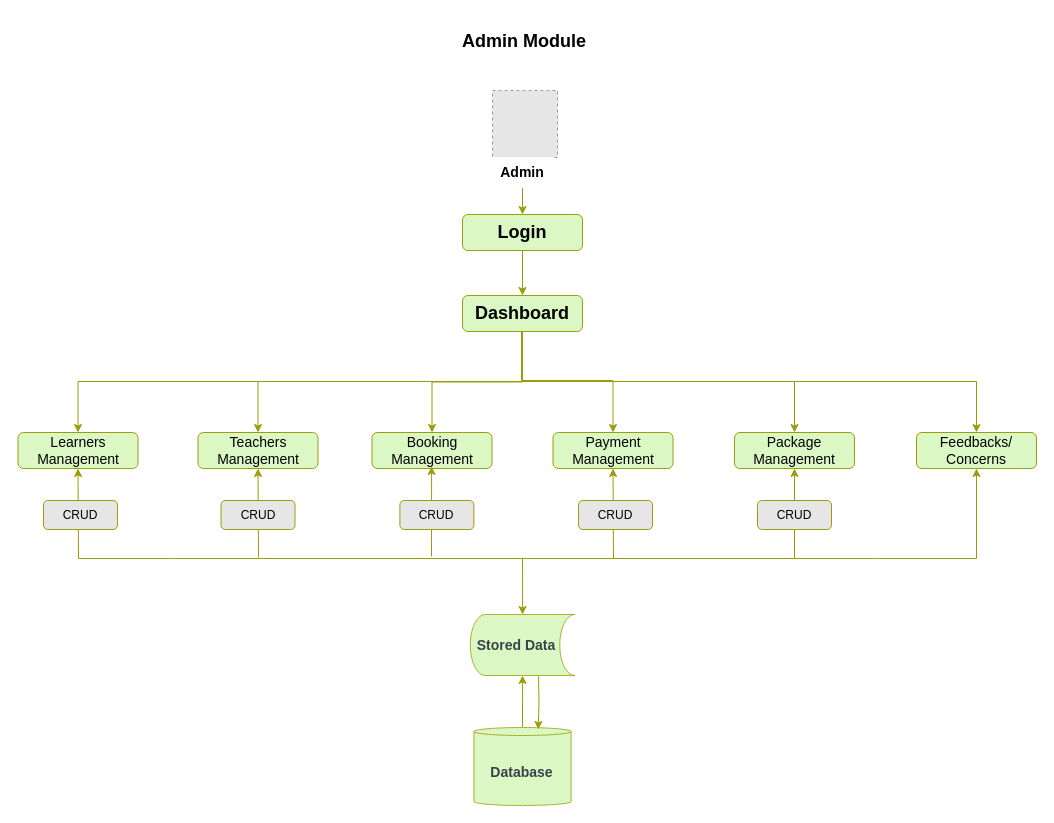
Earlier version of the draw.io diagram page "Admin Module" (7 of 15) of Untitled Diagram.drawio (Nashciong/JavaCodes). Source tidied: cells renumbered, new cells numbered last; positions are measured from the earlier drawing's top-left corner, leaving out a move shared by most shapes. Both pictures are drawn from the tidied source at 100%, with x=0, y=0 at pixel (17, 17). Pictures stored in the file or linked from it are replaced by grey dashed boxes.
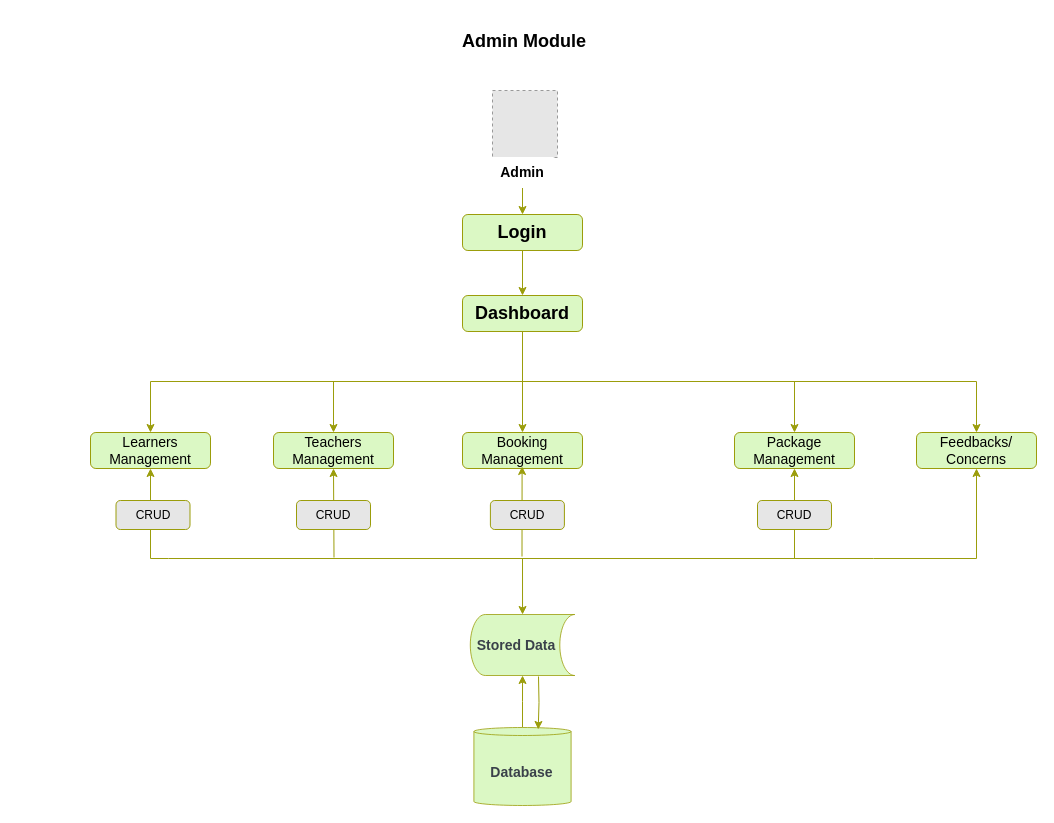
The same page after the edit.

Unchanged cells that the change refers to:
```xml
<mxCell id="10" value="&lt;font style=&quot;font-size: 18px;&quot;&gt;&lt;b&gt;Dashboard&lt;/b&gt;&lt;/font&gt;" style="rounded=1;whiteSpace=wrap;html=1;fillColor=#DBF8C4;strokeColor=#9B9D0B;" parent="1" vertex="1">
  <mxGeometry x="445" y="278" width="120" height="36" as="geometry" />
</mxCell>
<mxCell id="14" value="&lt;font style=&quot;font-size: 14px;&quot;&gt;Feedbacks/&lt;br&gt;Concerns&lt;/font&gt;" style="rounded=1;whiteSpace=wrap;html=1;fillColor=#DBF8C4;strokeColor=#9B9D0B;" parent="1" vertex="1">
  <mxGeometry x="899" y="415" width="120" height="36" as="geometry" />
</mxCell>
```

Diff of the diagram source:
```diff
@@
     <mxCell id="6" style="edgeStyle=orthogonalEdgeStyle;rounded=0;jettySize=auto;html=1;entryX=0.5;entryY=0;entryDx=0;entryDy=0;strokeColor=#9B9D0B;" parent="1" edge="1" source="10" target="13">
       <mxGeometry relative="1" as="geometry">
         <Array as="points">
           <mxPoint x="505" y="364" />
-          <mxPoint x="61" y="364" />
+          <mxPoint x="133" y="364" />
         </Array>
       </mxGeometry>
     </mxCell>
-    <mxCell id="7" style="edgeStyle=orthogonalEdgeStyle;rounded=0;jettySize=auto;html=1;entryX=0.5;entryY=0;entryDx=0;entryDy=0;strokeColor=#9B9D0B;shadow=0;" parent="1" edge="1" source="10" target="16">
+    <mxCell id="7" style="edgeStyle=orthogonalEdgeStyle;rounded=0;jettySize=auto;html=1;entryX=0.5;entryY=0;entryDx=0;entryDy=0;strokeColor=#9B9D0B;shadow=0;exitX=0.5;exitY=1;exitDx=0;exitDy=0;" parent="1" edge="1" source="10" target="16">
       <mxGeometry relative="1" as="geometry" />
     </mxCell>
@@
     <mxCell id="13" value="&lt;font style=&quot;font-size: 14px;&quot;&gt;Learners Management&lt;/font&gt;" style="rounded=1;whiteSpace=wrap;html=1;fillColor=#DBF8C4;strokeColor=#9B9D0B;" parent="1" vertex="1">
-      <mxGeometry x="0.5" y="415" width="120" height="36" as="geometry" />
+      <mxGeometry x="73" y="415" width="120" height="36" as="geometry" />
     </mxCell>
@@
-    <mxCell id="15" value="&lt;font style=&quot;font-size: 14px;&quot;&gt;Payment&lt;br&gt;Management&lt;/font&gt;" style="rounded=1;whiteSpace=wrap;html=1;fillColor=#DBF8C4;strokeColor=#9B9D0B;" parent="1" vertex="1">
-      <mxGeometry x="535.5" y="415" width="120" height="36" as="geometry" />
-    </mxCell>
     <mxCell id="16" value="&lt;font style=&quot;font-size: 14px;&quot;&gt;Booking Management&lt;/font&gt;" style="rounded=1;whiteSpace=wrap;html=1;fillColor=#DBF8C4;strokeColor=#9B9D0B;" parent="1" vertex="1">
-      <mxGeometry x="354.5" y="415" width="120" height="36" as="geometry" />
+      <mxGeometry x="445" y="415" width="120" height="36" as="geometry" />
     </mxCell>
     <mxCell id="17" value="&lt;font style=&quot;font-size: 14px;&quot;&gt;Teachers Management&lt;/font&gt;" style="rounded=1;whiteSpace=wrap;html=1;fillColor=#DBF8C4;strokeColor=#9B9D0B;" parent="1" vertex="1">
-      <mxGeometry x="180.5" y="415" width="120" height="36" as="geometry" />
+      <mxGeometry x="256" y="415" width="120" height="36" as="geometry" />
     </mxCell>
-    <mxCell id="18" style="edgeStyle=orthogonalEdgeStyle;rounded=0;jettySize=auto;html=1;entryX=0.5;entryY=0;entryDx=0;entryDy=0;strokeColor=#9B9D0B;" parent="1" edge="1" target="15">
-      <mxGeometry relative="1" as="geometry">
-        <mxPoint x="504" y="314" as="sourcePoint" />
-        <Array as="points">
-          <mxPoint x="504" y="363" />
-          <mxPoint x="596" y="363" />
-        </Array>
-      </mxGeometry>
-    </mxCell>
     <mxCell id="19" style="edgeStyle=orthogonalEdgeStyle;rounded=0;jettySize=auto;html=1;entryX=0.5;entryY=0;entryDx=0;entryDy=0;strokeColor=#9B9D0B;" parent="1" edge="1" target="17">
       <mxGeometry relative="1" as="geometry">
         <mxPoint x="505" y="314" as="sourcePoint" />
         <Array as="points">
           <mxPoint x="505" y="364" />
-          <mxPoint x="241" y="364" />
+          <mxPoint x="316" y="364" />
         </Array>
       </mxGeometry>
     </mxCell>
@@
     <mxCell id="24" style="endArrow=classic;startArrow=classic;html=1;rounded=0;entryX=0.5;entryY=1;entryDx=0;entryDy=0;exitX=0.5;exitY=1;exitDx=0;exitDy=0;strokeColor=#9B9D0B;" parent="1" edge="1" source="14" target="13">
       <mxGeometry relative="1" as="geometry">
         <Array as="points">
           <mxPoint x="959" y="541" />
           <mxPoint x="856" y="541" />
           <mxPoint x="151" y="541" />
-          <mxPoint x="61" y="541" />
+          <mxPoint x="133" y="541" />
         </Array>
       </mxGeometry>
     </mxCell>
     <mxCell id="25" style="endArrow=classic;html=1;rounded=0;entryX=0.5;entryY=1;entryDx=0;entryDy=0;strokeColor=#9B9D0B;" parent="1" edge="1" target="17">
       <mxGeometry relative="1" as="geometry">
-        <mxPoint x="241" y="540" as="sourcePoint" />
+        <mxPoint x="316.5" y="540" as="sourcePoint" />
       </mxGeometry>
     </mxCell>
     <mxCell id="26" style="endArrow=classic;html=1;rounded=0;entryX=0.5;entryY=1;entryDx=0;entryDy=0;strokeColor=#9B9D0B;" parent="1" edge="1">
       <mxGeometry relative="1" as="geometry">
-        <mxPoint x="414" y="539" as="sourcePoint" />
-        <mxPoint x="414.1" y="449" as="targetPoint" />
+        <mxPoint x="504.5" y="539" as="sourcePoint" />
+        <mxPoint x="504.6" y="449" as="targetPoint" />
       </mxGeometry>
     </mxCell>
-    <mxCell id="27" style="endArrow=classic;html=1;rounded=0;entryX=0.5;entryY=1;entryDx=0;entryDy=0;strokeColor=#9B9D0B;" parent="1" edge="1" target="15">
-      <mxGeometry relative="1" as="geometry">
-        <mxPoint x="596" y="541" as="sourcePoint" />
-      </mxGeometry>
-    </mxCell>
@@
-    <mxCell id="29" value="CRUD" style="rounded=1;whiteSpace=wrap;html=1;fillColor=#E6E6E6;strokeColor=#9B9D0B;" parent="1" vertex="1">
-      <mxGeometry x="561" y="483" width="74" height="29" as="geometry" />
-    </mxCell>
     <mxCell id="30" value="CRUD" style="rounded=1;whiteSpace=wrap;html=1;fillColor=#E6E6E6;strokeColor=#9B9D0B;" parent="1" vertex="1">
-      <mxGeometry x="382.4" y="483" width="74" height="29" as="geometry" />
+      <mxGeometry x="472.9" y="483" width="74" height="29" as="geometry" />
     </mxCell>
     <mxCell id="31" value="CRUD" style="rounded=1;whiteSpace=wrap;html=1;fillColor=#E6E6E6;strokeColor=#9B9D0B;" parent="1" vertex="1">
-      <mxGeometry x="203.5" y="483" width="74" height="29" as="geometry" />
+      <mxGeometry x="279" y="483" width="74" height="29" as="geometry" />
     </mxCell>
     <mxCell id="32" value="CRUD" style="rounded=1;whiteSpace=wrap;html=1;fillColor=#E6E6E6;strokeColor=#9B9D0B;" parent="1" vertex="1">
-      <mxGeometry x="26" y="483" width="74" height="29" as="geometry" />
+      <mxGeometry x="98.5" y="483" width="74" height="29" as="geometry" />
     </mxCell>
```
